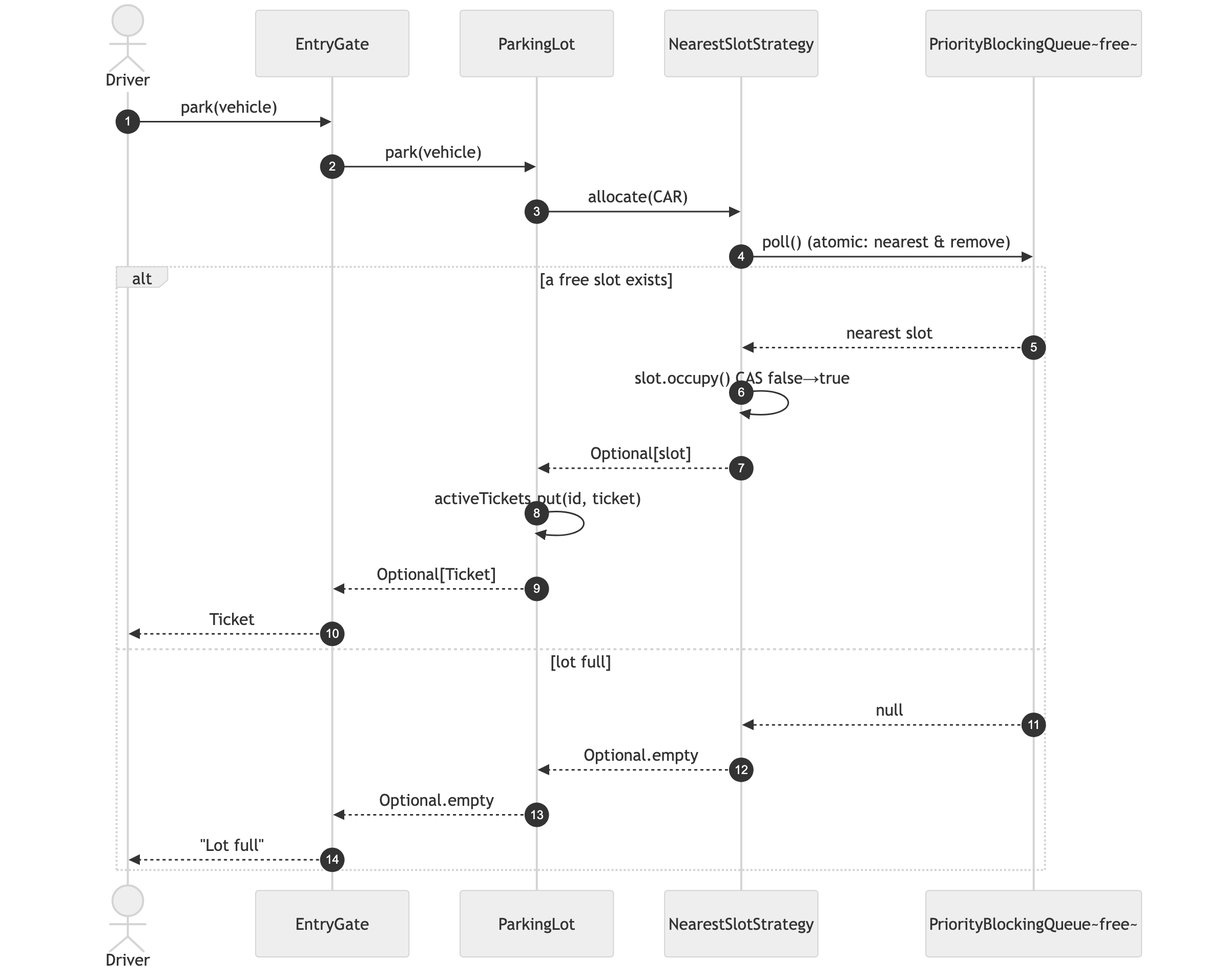
The Mermaid diagram src/MachineCoding_LLD/LLD_Interview_Problems/_01_Easy_ParkingLotSystem/assets/park-sequence.png in AlvinBAnerjee/Interview_and_Competitive_Programming, before a commit. Its source is kept beside it as src/MachineCoding_LLD/LLD_Interview_Problems/_01_Easy_ParkingLotSystem/assets/park-sequence.mmd.
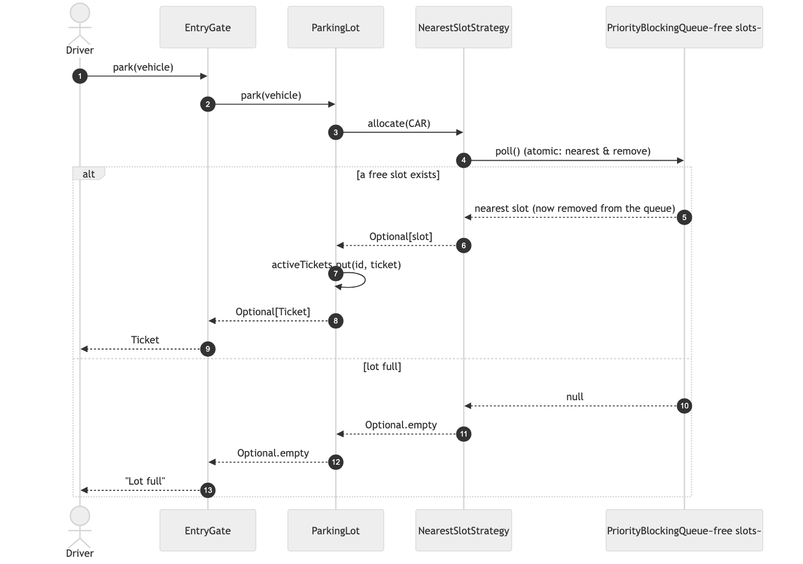
The same file after the commit.

Change to the diagram source:
```diff
@@ -5,15 +5,14 @@
     participant Gate as EntryGate
     participant Lot as ParkingLot
     participant SAS as NearestSlotStrategy
-    participant Q as PriorityBlockingQueue~free~
+    participant Q as PriorityBlockingQueue~free slots~
 
     Driver->>Gate: park(vehicle)
     Gate->>Lot: park(vehicle)
     Lot->>SAS: allocate(CAR)
     SAS->>Q: poll()  (atomic: nearest & remove)
     alt a free slot exists
-        Q-->>SAS: nearest slot
-        SAS->>SAS: slot.occupy() CAS false→true
+        Q-->>SAS: nearest slot (now removed from the queue)
         SAS-->>Lot: Optional[slot]
         Lot->>Lot: activeTickets.put(id, ticket)
         Lot-->>Gate: Optional[Ticket]
```
